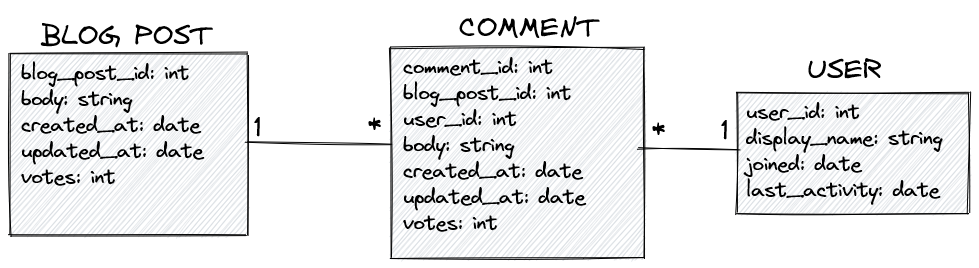
This is planning/database-schema.excalidraw.png from stormytuna/dummy-game-dev-blog, a Excalidraw export, as it was before one commit. Source tidied: one line per element, renumbered; positions are measured from the earlier drawing's top-left corner, leaving out a move shared by most shapes.
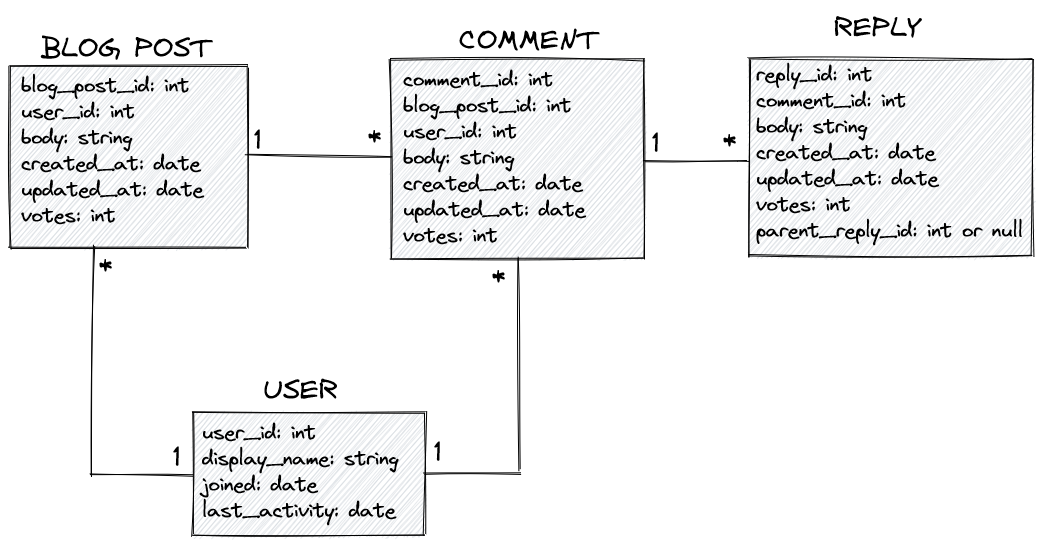
Later version of the same file.

Commit message:
Update database schema plan

Diff of the diagram source:
```diff
@@ -1,15 +1,26 @@
 {"id": 0, "type": "rectangle", "strokeColor": "#000000", "backgroundColor": "#ced4da", "fillStyle": "hachure", "strokeWidth": 1, "roughness": 1, "x": 0, "y": 44, "width": 237, "height": 182}
 {"id": 1, "type": "text", "text": "BLOG POST", "strokeColor": "#000000", "backgroundColor": "#ced4da", "fillStyle": "hachure", "strokeWidth": 1, "roughness": 1, "fontSize": 28, "fontFamily": 1, "x": 31, "y": 8, "width": 174, "height": 36}
-{"id": 2, "type": "text", "text": "blog_post_id: int\nbody: string\ncreated_at: date\nupdated_at: date\nvotes: int", "strokeColor": "#000000", "backgroundColor": "#ced4da", "fillStyle": "hachure", "strokeWidth": 1, "roughness": 1, "fontSize": 20, "fontFamily": 1, "x": 11, "y": 50, "width": 184, "height": 130}
+{"id": 2, "type": "text", "text": "blog_post_id: int\nuser_id: int\nbody: string\ncreated_at: date\nupdated_at: date\nvotes: int", "strokeColor": "#000000", "backgroundColor": "#ced4da", "fillStyle": "hachure", "strokeWidth": 1, "roughness": 1, "fontSize": 20, "fontFamily": 1, "x": 11, "y": 50, "width": 184, "height": 156}
-{"id": 3, "type": "rectangle", "strokeColor": "#000000", "backgroundColor": "#ced4da", "fillStyle": "hachure", "strokeWidth": 1, "roughness": 1, "x": 381, "y": 38, "width": 253, "height": 210}
+{"id": 3, "type": "rectangle", "strokeColor": "#000000", "backgroundColor": "#ced4da", "fillStyle": "hachure", "strokeWidth": 1, "roughness": 1, "x": 381, "y": 37, "width": 253, "height": 199}
 {"id": 4, "type": "text", "text": "COMMENT", "strokeColor": "#000000", "backgroundColor": "#ced4da", "fillStyle": "hachure", "strokeWidth": 1, "roughness": 1, "fontSize": 28, "fontFamily": 1, "x": 449, "y": 0, "width": 143, "height": 36}
 {"id": 5, "type": "text", "text": "comment_id: int\nblog_post_id: int\nuser_id: int\nbody: string\ncreated_at: date\nupdated_at: date\nvotes: int", "strokeColor": "#000000", "backgroundColor": "#ced4da", "fillStyle": "hachure", "strokeWidth": 1, "roughness": 1, "fontSize": 20, "fontFamily": 1, "x": 393, "y": 44, "width": 184, "height": 182}
-{"id": 6, "type": "rectangle", "strokeColor": "#000000", "backgroundColor": "#ced4da", "fillStyle": "hachure", "strokeWidth": 1, "roughness": 1, "x": 727, "y": 83, "width": 232, "height": 120}
+{"id": 6, "type": "rectangle", "strokeColor": "#000000", "backgroundColor": "#ced4da", "fillStyle": "hachure", "strokeWidth": 1, "roughness": 1, "x": 183, "y": 390, "width": 232, "height": 122}
-{"id": 7, "type": "text", "text": "USER", "strokeColor": "#000000", "backgroundColor": "#ced4da", "fillStyle": "hachure", "strokeWidth": 1, "roughness": 1, "fontSize": 28, "fontFamily": 1, "x": 797, "y": 42, "width": 77, "height": 36}
+{"id": 7, "type": "text", "text": "USER", "strokeColor": "#000000", "backgroundColor": "#ced4da", "fillStyle": "hachure", "strokeWidth": 1, "roughness": 1, "fontSize": 28, "fontFamily": 1, "x": 253, "y": 350, "width": 77, "height": 36}
-{"id": 8, "type": "text", "text": "user_id: int\ndisplay_name: string\njoined: date\nlast_activity: date", "strokeColor": "#000000", "backgroundColor": "#ced4da", "fillStyle": "hachure", "strokeWidth": 1, "roughness": 1, "fontSize": 20, "fontFamily": 1, "x": 736, "y": 89, "width": 198, "height": 104}
+{"id": 8, "type": "text", "text": "user_id: int\ndisplay_name: string\njoined: date\nlast_activity: date", "strokeColor": "#000000", "backgroundColor": "#ced4da", "fillStyle": "hachure", "strokeWidth": 1, "roughness": 1, "fontSize": 20, "fontFamily": 1, "x": 192, "y": 397, "width": 198, "height": 104}
-{"id": 9, "type": "line", "strokeColor": "#000000", "backgroundColor": "#ced4da", "fillStyle": "hachure", "strokeWidth": 1, "roughness": 1, "x": 729, "y": 140, "width": 100, "height": 2, "points": [[0, 0], [-100, -2]]}
 {"id": 10, "type": "line", "strokeColor": "#000000", "backgroundColor": "#ced4da", "fillStyle": "hachure", "strokeWidth": 1, "roughness": 1, "x": 381, "y": 136, "width": 145, "height": 4, "points": [[0, 0], [-145, -4]]}
 {"id": 11, "type": "text", "text": "1", "strokeColor": "#000000", "backgroundColor": "#ced4da", "fillStyle": "hachure", "strokeWidth": 1, "roughness": 1, "fontSize": 28, "fontFamily": 1, "x": 244, "y": 100, "width": 10, "height": 36}
 {"id": 12, "type": "text", "text": "*", "strokeColor": "#000000", "backgroundColor": "#ced4da", "fillStyle": "hachure", "strokeWidth": 1, "roughness": 1, "fontSize": 28, "fontFamily": 1, "x": 358, "y": 94, "width": 16, "height": 36}
-{"id": 13, "type": "text", "text": "1", "strokeColor": "#000000", "backgroundColor": "#ced4da", "fillStyle": "hachure", "strokeWidth": 1, "roughness": 1, "fontSize": 28, "fontFamily": 1, "x": 711, "y": 102, "width": 10, "height": 36}
-{"id": 14, "type": "text", "text": "*", "strokeColor": "#000000", "backgroundColor": "#ced4da", "fillStyle": "hachure", "strokeWidth": 1, "roughness": 1, "fontSize": 28, "fontFamily": 1, "x": 642, "y": 100, "width": 16, "height": 36}
+{"id": 15, "type": "line", "strokeColor": "#000000", "backgroundColor": "#ced4da", "fillStyle": "hachure", "strokeWidth": 1, "roughness": 1, "x": 414, "y": 450, "width": 96, "height": 0, "points": [[0, 0], [96, 0]]}
+{"id": 16, "type": "line", "strokeColor": "#000000", "backgroundColor": "#ced4da", "fillStyle": "hachure", "strokeWidth": 1, "roughness": 1, "x": 509, "y": 448, "width": 1, "height": 212, "points": [[0, 0], [-1, -212]]}
+{"id": 17, "type": "line", "strokeColor": "#000000", "backgroundColor": "#ced4da", "fillStyle": "hachure", "strokeWidth": 1, "roughness": 1, "x": 85, "y": 224, "width": 3, "height": 230, "points": [[0, 0], [-3, 230]]}
+{"id": 18, "type": "line", "strokeColor": "#000000", "backgroundColor": "#ced4da", "fillStyle": "hachure", "strokeWidth": 1, "roughness": 1, "x": 81, "y": 450, "width": 102, "height": 3, "points": [[0, 0], [102, 3]]}
+{"id": 19, "type": "text", "text": "1", "strokeColor": "#000000", "backgroundColor": "#ced4da", "fillStyle": "hachure", "strokeWidth": 1, "roughness": 1, "fontSize": 28, "fontFamily": 1, "x": 424, "y": 412, "width": 10, "height": 36}
+{"id": 20, "type": "text", "text": "1", "strokeColor": "#000000", "backgroundColor": "#ced4da", "fillStyle": "hachure", "strokeWidth": 1, "roughness": 1, "fontSize": 28, "fontFamily": 1, "x": 163, "y": 416, "width": 10, "height": 36}
+{"id": 21, "type": "text", "text": "*", "strokeColor": "#000000", "backgroundColor": "#ced4da", "fillStyle": "hachure", "strokeWidth": 1, "roughness": 1, "fontSize": 28, "fontFamily": 1, "x": 482, "y": 234, "width": 16, "height": 36}
+{"id": 22, "type": "text", "text": "*", "strokeColor": "#000000", "backgroundColor": "#ced4da", "fillStyle": "hachure", "strokeWidth": 1, "roughness": 1, "fontSize": 28, "fontFamily": 1, "x": 89, "y": 224, "width": 16, "height": 36}
+{"id": 23, "type": "rectangle", "strokeColor": "#000000", "backgroundColor": "#ced4da", "fillStyle": "hachure", "strokeWidth": 1, "roughness": 1, "x": 739, "y": 36, "width": 283, "height": 197}
+{"id": 24, "type": "text", "text": "REPLY", "strokeColor": "#000000", "backgroundColor": "#ced4da", "fillStyle": "hachure", "strokeWidth": 1, "roughness": 1, "fontSize": 28, "fontFamily": 1, "x": 824, "y": -12, "width": 90, "height": 36}
+{"id": 25, "type": "line", "strokeColor": "#000000", "backgroundColor": "#ced4da", "fillStyle": "hachure", "strokeWidth": 1, "roughness": 1, "x": 634, "y": 138, "width": 103, "height": 0, "points": [[0, 0], [103, 0]]}
+{"id": 26, "type": "text", "text": "*", "strokeColor": "#000000", "backgroundColor": "#ced4da", "fillStyle": "hachure", "strokeWidth": 1, "roughness": 1, "fontSize": 28, "fontFamily": 1, "x": 713, "y": 98, "width": 16, "height": 36}
+{"id": 27, "type": "text", "text": "1", "strokeColor": "#000000", "backgroundColor": "#ced4da", "fillStyle": "hachure", "strokeWidth": 1, "roughness": 1, "fontSize": 28, "fontFamily": 1, "x": 642, "y": 102, "width": 10, "height": 36}
+{"id": 28, "type": "text", "text": "reply_id: int\ncomment_id: int\nbody: string\ncreated_at: date\nupdated_at: date\nvotes: int\nparent_reply_id: int or null", "strokeColor": "#000000", "backgroundColor": "#ced4da", "fillStyle": "hachure", "strokeWidth": 1, "roughness": 1, "fontSize": 20, "fontFamily": 1, "x": 746, "y": 39, "width": 269, "height": 182}
```
